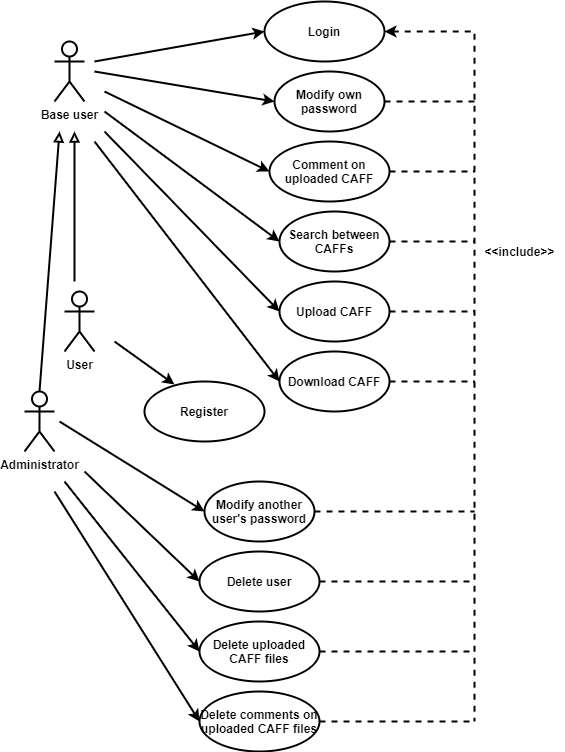
Before: Documentation/Use-case.png, a diagram exported from draw.io (nemkrisz11/Computer-Security-Homework-2021-SHAjt). Source tidied: cells renumbered, new cells last; positions are measured from the earlier drawing's top-left corner, leaving out a move shared by most shapes.
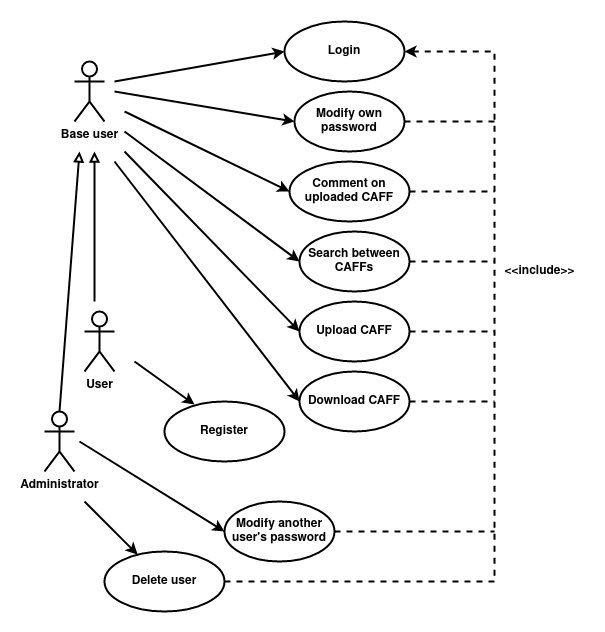
Later version of the same file.

Commit message:
Added border to use-case and component diagrams

Diff of the diagram source:
```diff
@@ -8,11 +8,11 @@
     <mxCell id="3" value="&lt;b&gt;Administrator&lt;/b&gt;" style="shape=umlActor;verticalLabelPosition=bottom;verticalAlign=top;html=1;outlineConnect=0;strokeWidth=2;" parent="1" vertex="1">
       <mxGeometry y="390" width="30" height="60" as="geometry" />
     </mxCell>
-    <mxCell id="4" style="edgeStyle=orthogonalEdgeStyle;rounded=0;jettySize=auto;html=1;exitX=1;exitY=0.5;exitDx=0;exitDy=0;startArrow=classic;startFill=1;endArrow=none;endFill=0;endSize=6;strokeWidth=2;dashed=1;" parent="1" edge="1" source="5">
-      <mxGeometry relative="1" as="geometry">
-        <mxPoint x="450" y="720" as="targetPoint" />
-      </mxGeometry>
-    </mxCell>
+    <mxCell id="40" style="edgeStyle=orthogonalEdgeStyle;rounded=0;jettySize=auto;html=1;exitX=1;exitY=0.5;exitDx=0;exitDy=0;startArrow=classic;startFill=1;endArrow=none;endFill=0;endSize=6;strokeWidth=2;dashed=1;" parent="1" edge="1" source="5">
+      <mxGeometry relative="1" as="geometry">
+        <mxPoint x="450" y="560" as="targetPoint" />
+      </mxGeometry>
+    </mxCell>
     <mxCell id="5" value="&lt;b&gt;Login&lt;/b&gt;" style="ellipse;whiteSpace=wrap;html=1;strokeWidth=2;" parent="1" vertex="1">
       <mxGeometry x="240" width="120" height="60" as="geometry" />
     </mxCell>
@@ -29,7 +29,7 @@
       <mxGeometry x="255" y="210" width="110" height="60" as="geometry" />
     </mxCell>
     <mxCell id="10" value="&lt;b&gt;Delete user&lt;/b&gt;" style="ellipse;whiteSpace=wrap;html=1;strokeWidth=2;" parent="1" vertex="1">
-      <mxGeometry x="175" y="550" width="120" height="60" as="geometry" />
+      <mxGeometry x="60" y="530" width="120" height="60" as="geometry" />
     </mxCell>
     <mxCell id="11" value="&lt;b&gt;Register&lt;/b&gt;" style="ellipse;whiteSpace=wrap;html=1;strokeWidth=2;" parent="1" vertex="1">
       <mxGeometry x="120" y="380" width="120" height="60" as="geometry" />
@@ -37,131 +37,105 @@
     <mxCell id="12" value="&lt;b&gt;Comment on uploaded CAFF&lt;/b&gt;" style="ellipse;whiteSpace=wrap;html=1;strokeWidth=2;" parent="1" vertex="1">
       <mxGeometry x="245" y="140" width="120" height="60" as="geometry" />
     </mxCell>
-    <mxCell id="13" style="endArrow=classic;html=1;rounded=0;entryX=0;entryY=0.5;entryDx=0;entryDy=0;strokeWidth=2;" parent="1" edge="1" target="5">
-      <mxGeometry relative="1" as="geometry">
-        <mxPoint x="70" y="60" as="sourcePoint" />
-      </mxGeometry>
-    </mxCell>
-    <mxCell id="14" style="endArrow=classic;html=1;rounded=0;entryX=0;entryY=0.5;entryDx=0;entryDy=0;strokeWidth=2;" parent="1" edge="1" target="12">
-      <mxGeometry relative="1" as="geometry">
-        <mxPoint x="80" y="90" as="sourcePoint" />
-      </mxGeometry>
-    </mxCell>
-    <mxCell id="15" style="endArrow=classic;html=1;rounded=0;entryX=0;entryY=0.5;entryDx=0;entryDy=0;strokeWidth=2;" parent="1" edge="1" target="8">
-      <mxGeometry relative="1" as="geometry">
-        <mxPoint x="70" y="70" as="sourcePoint" />
-      </mxGeometry>
-    </mxCell>
-    <mxCell id="16" style="endArrow=classic;html=1;rounded=0;entryX=0;entryY=0.5;entryDx=0;entryDy=0;strokeWidth=2;" parent="1" edge="1" target="9">
-      <mxGeometry relative="1" as="geometry">
-        <mxPoint x="80" y="110" as="sourcePoint" />
-      </mxGeometry>
-    </mxCell>
-    <mxCell id="17" style="endArrow=classic;html=1;rounded=0;strokeWidth=2;entryX=0;entryY=0.5;entryDx=0;entryDy=0;" parent="1" edge="1" target="10">
-      <mxGeometry relative="1" as="geometry">
-        <mxPoint x="60" y="470" as="sourcePoint" />
-      </mxGeometry>
-    </mxCell>
+    <mxCell id="41" style="endArrow=classic;html=1;rounded=0;entryX=0;entryY=0.5;entryDx=0;entryDy=0;strokeWidth=2;" parent="1" edge="1" target="5">
+      <mxGeometry relative="1" as="geometry">
+        <mxPoint x="70" y="60" as="sourcePoint" />
+      </mxGeometry>
+    </mxCell>
+    <mxCell id="42" style="endArrow=classic;html=1;rounded=0;entryX=0;entryY=0.5;entryDx=0;entryDy=0;strokeWidth=2;" parent="1" edge="1" target="12">
+      <mxGeometry relative="1" as="geometry">
+        <mxPoint x="80" y="90" as="sourcePoint" />
+      </mxGeometry>
+    </mxCell>
+    <mxCell id="43" style="endArrow=classic;html=1;rounded=0;entryX=0;entryY=0.5;entryDx=0;entryDy=0;strokeWidth=2;" parent="1" edge="1" target="8">
+      <mxGeometry relative="1" as="geometry">
+        <mxPoint x="70" y="70" as="sourcePoint" />
+      </mxGeometry>
+    </mxCell>
+    <mxCell id="44" style="endArrow=classic;html=1;rounded=0;entryX=0;entryY=0.5;entryDx=0;entryDy=0;strokeWidth=2;" parent="1" edge="1" target="9">
+      <mxGeometry relative="1" as="geometry">
+        <mxPoint x="80" y="110" as="sourcePoint" />
+      </mxGeometry>
+    </mxCell>
+    <mxCell id="45" style="endArrow=classic;html=1;rounded=0;strokeWidth=2;" parent="1" edge="1" target="10">
+      <mxGeometry relative="1" as="geometry">
+        <mxPoint x="40" y="480" as="sourcePoint" />
+      </mxGeometry>
+    </mxCell>
     <mxCell id="18" value="&lt;b&gt;Modify another user's password&lt;/b&gt;" style="ellipse;whiteSpace=wrap;html=1;strokeWidth=2;" parent="1" vertex="1">
       <mxGeometry x="180" y="480" width="110" height="60" as="geometry" />
     </mxCell>
-    <mxCell id="19" style="endArrow=classic;html=1;rounded=0;entryX=0;entryY=0.5;entryDx=0;entryDy=0;strokeWidth=2;" parent="1" edge="1" target="18">
-      <mxGeometry relative="1" as="geometry">
-        <mxPoint x="35" y="420" as="sourcePoint" />
-      </mxGeometry>
-    </mxCell>
-    <mxCell id="20" style="endArrow=classic;html=1;rounded=0;entryX=0;entryY=0.5;entryDx=0;entryDy=0;strokeWidth=2;" parent="1" edge="1" target="6">
-      <mxGeometry relative="1" as="geometry">
-        <mxPoint x="80" y="130" as="sourcePoint" />
-      </mxGeometry>
-    </mxCell>
-    <mxCell id="21" style="endArrow=classic;html=1;rounded=0;strokeWidth=2;entryX=0.25;entryY=0.05;entryDx=0;entryDy=0;entryPerimeter=0;" parent="1" edge="1" target="11">
-      <mxGeometry relative="1" as="geometry">
-        <mxPoint x="90" y="340" as="sourcePoint" />
-      </mxGeometry>
-    </mxCell>
-    <mxCell id="22" style="endArrow=none;html=1;rounded=0;entryX=0.5;entryY=0;entryDx=0;entryDy=0;entryPerimeter=0;endFill=0;strokeWidth=2;endSize=6;startArrow=block;startFill=0;" parent="1" edge="1" target="3">
-      <mxGeometry relative="1" as="geometry">
-        <mxPoint x="35" y="130" as="sourcePoint" />
-      </mxGeometry>
-    </mxCell>
+    <mxCell id="46" style="endArrow=classic;html=1;rounded=0;entryX=0;entryY=0.5;entryDx=0;entryDy=0;strokeWidth=2;" parent="1" edge="1" target="18">
+      <mxGeometry relative="1" as="geometry">
+        <mxPoint x="35" y="420" as="sourcePoint" />
+      </mxGeometry>
+    </mxCell>
+    <mxCell id="47" style="endArrow=classic;html=1;rounded=0;entryX=0;entryY=0.5;entryDx=0;entryDy=0;strokeWidth=2;" parent="1" edge="1" target="6">
+      <mxGeometry relative="1" as="geometry">
+        <mxPoint x="80" y="130" as="sourcePoint" />
+      </mxGeometry>
+    </mxCell>
+    <mxCell id="48" style="endArrow=classic;html=1;rounded=0;strokeWidth=2;entryX=0.25;entryY=0.05;entryDx=0;entryDy=0;entryPerimeter=0;" parent="1" edge="1" target="11">
+      <mxGeometry relative="1" as="geometry">
+        <mxPoint x="90" y="340" as="sourcePoint" />
+      </mxGeometry>
+    </mxCell>
+    <mxCell id="49" style="endArrow=none;html=1;rounded=0;entryX=0.5;entryY=0;entryDx=0;entryDy=0;entryPerimeter=0;endFill=0;strokeWidth=2;endSize=6;startArrow=block;startFill=0;" parent="1" edge="1" target="3">
+      <mxGeometry relative="1" as="geometry">
+        <mxPoint x="35" y="130" as="sourcePoint" />
+      </mxGeometry>
+    </mxCell>
     <mxCell id="23" value="&lt;b&gt;User&lt;/b&gt;" style="shape=umlActor;verticalLabelPosition=bottom;verticalAlign=top;html=1;strokeWidth=2;" parent="1" vertex="1">
       <mxGeometry x="40" y="290" width="30" height="60" as="geometry" />
     </mxCell>
-    <mxCell id="24" style="endArrow=none;html=1;rounded=0;endFill=0;strokeWidth=2;endSize=6;startArrow=block;startFill=0;" parent="1" edge="1">
-      <mxGeometry relative="1" as="geometry">
-        <mxPoint x="50" y="130" as="sourcePoint" />
-        <mxPoint x="50" y="280" as="targetPoint" />
-      </mxGeometry>
-    </mxCell>
-    <mxCell id="25" style="endArrow=classic;html=1;rounded=0;entryX=0;entryY=0.5;entryDx=0;entryDy=0;strokeWidth=2;" parent="1" edge="1" target="7">
-      <mxGeometry relative="1" as="geometry">
-        <mxPoint x="70" y="140" as="sourcePoint" />
-      </mxGeometry>
-    </mxCell>
-    <mxCell id="26" style="rounded=0;jettySize=auto;html=1;exitX=1;exitY=0.5;exitDx=0;exitDy=0;startArrow=none;startFill=0;endArrow=none;endFill=0;endSize=6;strokeWidth=2;dashed=1;" parent="1" edge="1" source="8">
-      <mxGeometry relative="1" as="geometry">
-        <mxPoint x="450" y="100" as="targetPoint" />
-      </mxGeometry>
-    </mxCell>
-    <mxCell id="27" style="rounded=0;jettySize=auto;html=1;exitX=1;exitY=0.5;exitDx=0;exitDy=0;startArrow=none;startFill=0;endArrow=none;endFill=0;endSize=6;strokeWidth=2;dashed=1;" parent="1" edge="1" source="12">
-      <mxGeometry relative="1" as="geometry">
-        <mxPoint x="450" y="170" as="targetPoint" />
-      </mxGeometry>
-    </mxCell>
-    <mxCell id="28" style="rounded=0;jettySize=auto;html=1;exitX=1;exitY=0.5;exitDx=0;exitDy=0;startArrow=none;startFill=0;endArrow=none;endFill=0;endSize=6;strokeWidth=2;dashed=1;" parent="1" edge="1" source="9">
-      <mxGeometry relative="1" as="geometry">
-        <mxPoint x="450" y="240" as="targetPoint" />
-      </mxGeometry>
-    </mxCell>
-    <mxCell id="29" style="rounded=0;jettySize=auto;html=1;exitX=1;exitY=0.5;exitDx=0;exitDy=0;startArrow=none;startFill=0;endArrow=none;endFill=0;endSize=6;strokeWidth=2;dashed=1;" parent="1" edge="1" source="6">
-      <mxGeometry relative="1" as="geometry">
-        <mxPoint x="450" y="310" as="targetPoint" />
-      </mxGeometry>
-    </mxCell>
-    <mxCell id="30" style="rounded=0;jettySize=auto;html=1;exitX=1;exitY=0.5;exitDx=0;exitDy=0;startArrow=none;startFill=0;endArrow=none;endFill=0;endSize=6;strokeWidth=2;dashed=1;" parent="1" edge="1" source="7">
-      <mxGeometry relative="1" as="geometry">
-        <mxPoint x="450" y="380" as="targetPoint" />
-      </mxGeometry>
-    </mxCell>
-    <mxCell id="31" style="rounded=0;jettySize=auto;html=1;exitX=1;exitY=0.5;exitDx=0;exitDy=0;startArrow=none;startFill=0;endArrow=none;endFill=0;endSize=6;strokeWidth=2;dashed=1;" parent="1" edge="1" source="18">
-      <mxGeometry relative="1" as="geometry">
-        <mxPoint x="450" y="510" as="targetPoint" />
-      </mxGeometry>
-    </mxCell>
-    <mxCell id="32" style="rounded=0;jettySize=auto;html=1;exitX=1;exitY=0.5;exitDx=0;exitDy=0;startArrow=none;startFill=0;endArrow=none;endFill=0;endSize=6;strokeWidth=2;dashed=1;" parent="1" edge="1" source="10">
-      <mxGeometry relative="1" as="geometry">
-        <mxPoint x="450" y="580" as="targetPoint" />
-      </mxGeometry>
-    </mxCell>
+    <mxCell id="50" style="endArrow=none;html=1;rounded=0;endFill=0;strokeWidth=2;endSize=6;startArrow=block;startFill=0;" parent="1" edge="1">
+      <mxGeometry relative="1" as="geometry">
+        <mxPoint x="50" y="130" as="sourcePoint" />
+        <mxPoint x="50" y="280" as="targetPoint" />
+      </mxGeometry>
+    </mxCell>
+    <mxCell id="51" style="endArrow=classic;html=1;rounded=0;entryX=0;entryY=0.5;entryDx=0;entryDy=0;strokeWidth=2;" parent="1" edge="1" target="7">
+      <mxGeometry relative="1" as="geometry">
+        <mxPoint x="70" y="140" as="sourcePoint" />
+      </mxGeometry>
+    </mxCell>
+    <mxCell id="52" style="rounded=0;jettySize=auto;html=1;exitX=1;exitY=0.5;exitDx=0;exitDy=0;startArrow=none;startFill=0;endArrow=none;endFill=0;endSize=6;strokeWidth=2;dashed=1;" parent="1" edge="1" source="8">
+      <mxGeometry relative="1" as="geometry">
+        <mxPoint x="450" y="100" as="targetPoint" />
+      </mxGeometry>
+    </mxCell>
+    <mxCell id="53" style="rounded=0;jettySize=auto;html=1;exitX=1;exitY=0.5;exitDx=0;exitDy=0;startArrow=none;startFill=0;endArrow=none;endFill=0;endSize=6;strokeWidth=2;dashed=1;" parent="1" edge="1" source="12">
+      <mxGeometry relative="1" as="geometry">
+        <mxPoint x="450" y="170" as="targetPoint" />
+      </mxGeometry>
+    </mxCell>
+    <mxCell id="54" style="rounded=0;jettySize=auto;html=1;exitX=1;exitY=0.5;exitDx=0;exitDy=0;startArrow=none;startFill=0;endArrow=none;endFill=0;endSize=6;strokeWidth=2;dashed=1;" parent="1" edge="1" source="9">
+      <mxGeometry relative="1" as="geometry">
+        <mxPoint x="450" y="240" as="targetPoint" />
+      </mxGeometry>
+    </mxCell>
+    <mxCell id="55" style="rounded=0;jettySize=auto;html=1;exitX=1;exitY=0.5;exitDx=0;exitDy=0;startArrow=none;startFill=0;endArrow=none;endFill=0;endSize=6;strokeWidth=2;dashed=1;" parent="1" edge="1" source="6">
+      <mxGeometry relative="1" as="geometry">
+        <mxPoint x="450" y="310" as="targetPoint" />
+      </mxGeometry>
+    </mxCell>
+    <mxCell id="56" style="rounded=0;jettySize=auto;html=1;exitX=1;exitY=0.5;exitDx=0;exitDy=0;startArrow=none;startFill=0;endArrow=none;endFill=0;endSize=6;strokeWidth=2;dashed=1;" parent="1" edge="1" source="7">
+      <mxGeometry relative="1" as="geometry">
+        <mxPoint x="450" y="380" as="targetPoint" />
+      </mxGeometry>
+    </mxCell>
+    <mxCell id="57" style="rounded=0;jettySize=auto;html=1;exitX=1;exitY=0.5;exitDx=0;exitDy=0;startArrow=none;startFill=0;endArrow=none;endFill=0;endSize=6;strokeWidth=2;dashed=1;" parent="1" edge="1" source="18">
+      <mxGeometry relative="1" as="geometry">
+        <mxPoint x="450" y="510" as="targetPoint" />
+      </mxGeometry>
+    </mxCell>
+    <mxCell id="58" style="rounded=0;jettySize=auto;html=1;exitX=1;exitY=0.5;exitDx=0;exitDy=0;startArrow=none;startFill=0;endArrow=none;endFill=0;endSize=6;strokeWidth=2;dashed=1;" parent="1" edge="1" source="10">
+      <mxGeometry relative="1" as="geometry">
+        <mxPoint x="450" y="560" as="targetPoint" />
+      </mxGeometry>
+    </mxCell>
     <mxCell id="33" value="&lt;b&gt;&amp;lt;&amp;lt;include&amp;gt;&amp;gt;&lt;/b&gt;" style="text;html=1;align=center;verticalAlign=middle;strokeColor=none;fillColor=none;" parent="1" vertex="1">
       <mxGeometry x="450" y="240" width="90" height="20" as="geometry" />
     </mxCell>
-    <mxCell id="34" value="&lt;b&gt;Delete uploaded CAFF files&lt;/b&gt;" style="ellipse;whiteSpace=wrap;html=1;strokeWidth=2;" parent="1" vertex="1">
-      <mxGeometry x="175" y="620" width="120" height="60" as="geometry" />
-    </mxCell>
-    <mxCell id="35" style="endArrow=classic;html=1;rounded=0;strokeWidth=2;entryX=0;entryY=0.5;entryDx=0;entryDy=0;" parent="1" edge="1" target="34">
-      <mxGeometry relative="1" as="geometry">
-        <mxPoint x="40" y="480" as="sourcePoint" />
-      </mxGeometry>
-    </mxCell>
-    <mxCell id="36" style="rounded=0;jettySize=auto;html=1;exitX=1;exitY=0.5;exitDx=0;exitDy=0;startArrow=none;startFill=0;endArrow=none;endFill=0;endSize=6;strokeWidth=2;dashed=1;" parent="1" edge="1" source="34">
-      <mxGeometry relative="1" as="geometry">
-        <mxPoint x="450" y="650" as="targetPoint" />
-      </mxGeometry>
-    </mxCell>
-    <mxCell id="37" value="&lt;b&gt;Delete comments on uploaded CAFF files&lt;/b&gt;" style="ellipse;whiteSpace=wrap;html=1;strokeWidth=2;" parent="1" vertex="1">
-      <mxGeometry x="175" y="690" width="120" height="60" as="geometry" />
-    </mxCell>
-    <mxCell id="38" style="endArrow=classic;html=1;rounded=0;strokeWidth=2;entryX=0;entryY=0.5;entryDx=0;entryDy=0;" parent="1" edge="1" target="37">
-      <mxGeometry relative="1" as="geometry">
-        <mxPoint x="30" y="490" as="sourcePoint" />
-      </mxGeometry>
-    </mxCell>
-    <mxCell id="39" style="rounded=0;jettySize=auto;html=1;exitX=1;exitY=0.5;exitDx=0;exitDy=0;startArrow=none;startFill=0;endArrow=none;endFill=0;endSize=6;strokeWidth=2;dashed=1;" parent="1" edge="1" source="37">
-      <mxGeometry relative="1" as="geometry">
-        <mxPoint x="450" y="720" as="targetPoint" />
-      </mxGeometry>
-    </mxCell>
   </root>
 </mxGraphModel>
```
